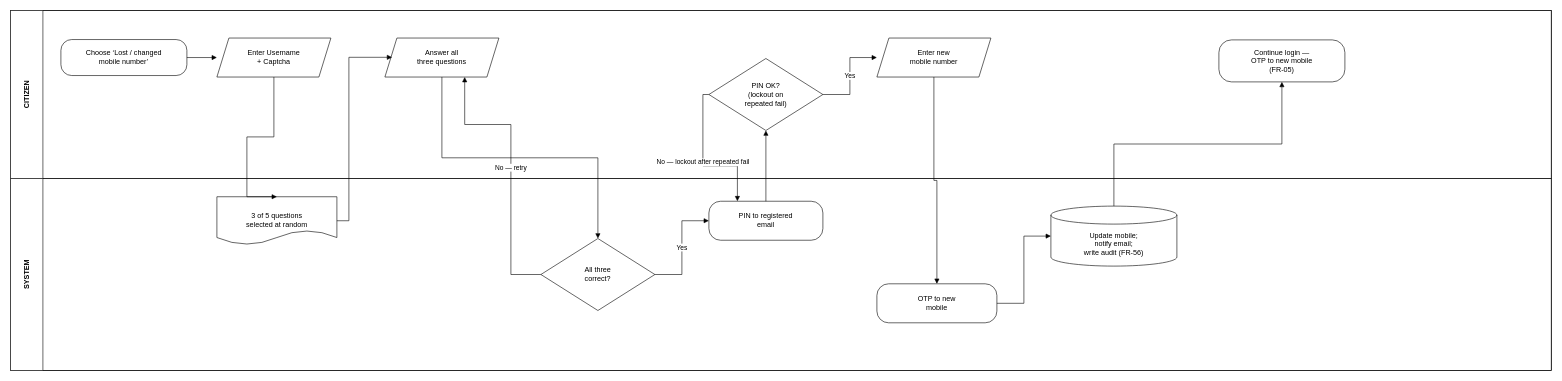
This is Finalized BRD/User Management/ProcessDiagrams/User_Management/P-03_Citizen_Lost_Mobile_Reset.drawio from mvprash/Kaveri3Plan, a draw.io file, before an edit. Source tidied: cells renumbered, new cells numbered last; positions are measured from the earlier drawing's top-left corner, leaving out a move shared by most shapes. Both pictures are drawn from the tidied source at 60%, with x=0, y=0 at pixel (10, 10).
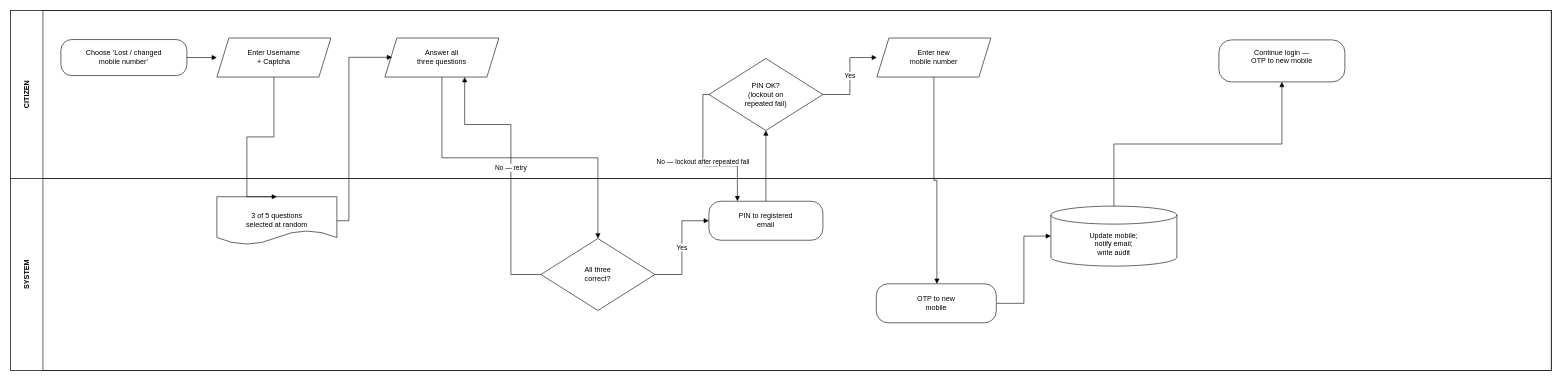
After the change.

The edit, as a diff of the source:
```diff
@@
     <mxCell id="13" value="OTP to new&#10;mobile" style="rounded=1;whiteSpace=wrap;html=1;arcSize=30;" parent="1" vertex="1">
-      <mxGeometry x="1444" y="455.5" width="200" height="65" as="geometry" />
+      <mxGeometry x="1443" y="455.5" width="200" height="65" as="geometry" />
     </mxCell>
-    <mxCell id="14" value="Update mobile;&#10;notify email;&#10;write audit (FR-56)" style="shape=cylinder3;whiteSpace=wrap;html=1;boundedLbl=1;" parent="1" vertex="1">
+    <mxCell id="14" value="Update mobile;&lt;br&gt;notify email;&lt;br&gt;write audit" style="shape=cylinder3;whiteSpace=wrap;html=1;boundedLbl=1;" parent="1" vertex="1">
       <mxGeometry x="1734" y="326" width="210" height="100" as="geometry" />
     </mxCell>
-    <mxCell id="15" value="Continue login —&#10;OTP to new mobile&#10;(FR-05)" style="rounded=1;whiteSpace=wrap;html=1;arcSize=30;" parent="1" vertex="1">
+    <mxCell id="15" value="Continue login —&lt;br&gt;OTP to new mobile&lt;div&gt;&lt;br/&gt;&lt;/div&gt;" style="rounded=1;whiteSpace=wrap;html=1;arcSize=30;" parent="1" vertex="1">
       <mxGeometry x="2014" y="49" width="210" height="70" as="geometry" />
     </mxCell>
```
